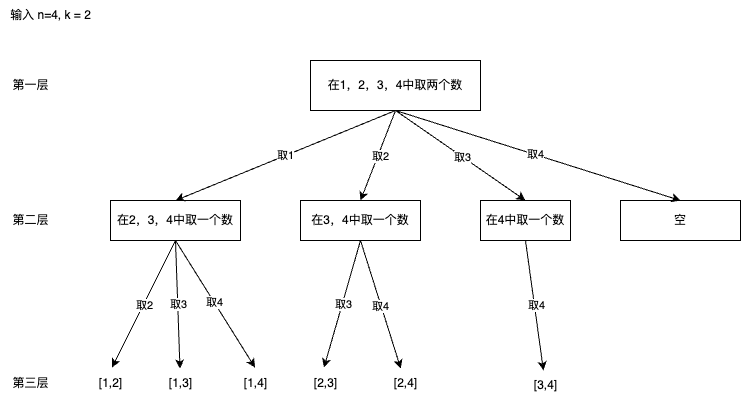
This is LeetCode/77. 组合/回溯算法-组合问题.drawio.png from qishilong/algorithm, a draw.io export, as it was before one commit. Source tidied: cells renumbered, new cells last; positions are measured from the earlier drawing's top-left corner, leaving out a move shared by most shapes.
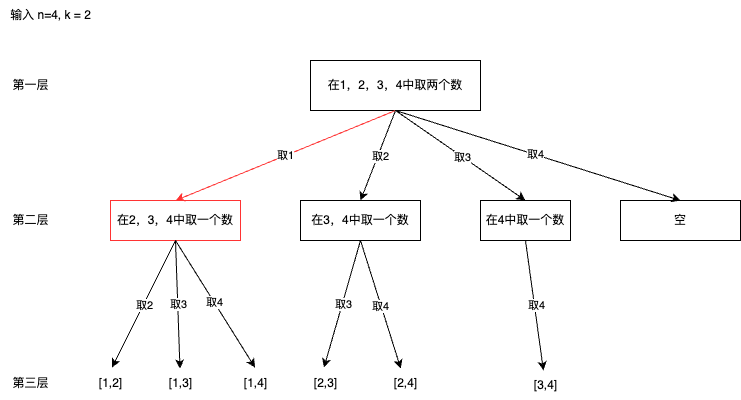
Above is the later version.

Commit message:
更新回溯算法-组合问题.drawio.png

Change to the diagram source:
```diff
@@ -11,7 +11,7 @@
     <mxCell id="4" value="第一层" style="text;html=1;align=center;verticalAlign=middle;strokeColor=none;fillColor=none;" parent="1" vertex="1">
       <mxGeometry y="70" width="60" height="30" as="geometry" />
     </mxCell>
-    <mxCell id="5" value="在2，3，4中取一个数" style="rounded=0;whiteSpace=wrap;html=1;" parent="1" vertex="1">
+    <mxCell id="5" value="在2，3，4中取一个数" style="rounded=0;whiteSpace=wrap;html=1;strokeColor=#FF3333;" parent="1" vertex="1">
       <mxGeometry x="110" y="200" width="130" height="40" as="geometry" />
     </mxCell>
     <mxCell id="6" value="在3，4中取一个数" style="rounded=0;whiteSpace=wrap;html=1;" parent="1" vertex="1">
@@ -23,7 +23,7 @@
     <mxCell id="8" value="空" style="rounded=0;whiteSpace=wrap;html=1;" parent="1" vertex="1">
       <mxGeometry x="620" y="200" width="120" height="40" as="geometry" />
     </mxCell>
-    <mxCell id="9" style="endArrow=classic;html=1;rounded=0;exitX=0.5;exitY=1;exitDx=0;exitDy=0;entryX=0.5;entryY=0;entryDx=0;entryDy=0;" parent="1" edge="1" source="3" target="5">
+    <mxCell id="9" style="endArrow=classic;html=1;rounded=0;exitX=0.5;exitY=1;exitDx=0;exitDy=0;entryX=0.5;entryY=0;entryDx=0;entryDy=0;fillColor=#e51400;strokeColor=#FF3333;" parent="1" edge="1" source="3" target="5">
       <mxGeometry relative="1" as="geometry" />
     </mxCell>
     <mxCell id="10" value="取1" style="edgeLabel;html=1;align=center;verticalAlign=middle;" parent="9" vertex="1">
```
